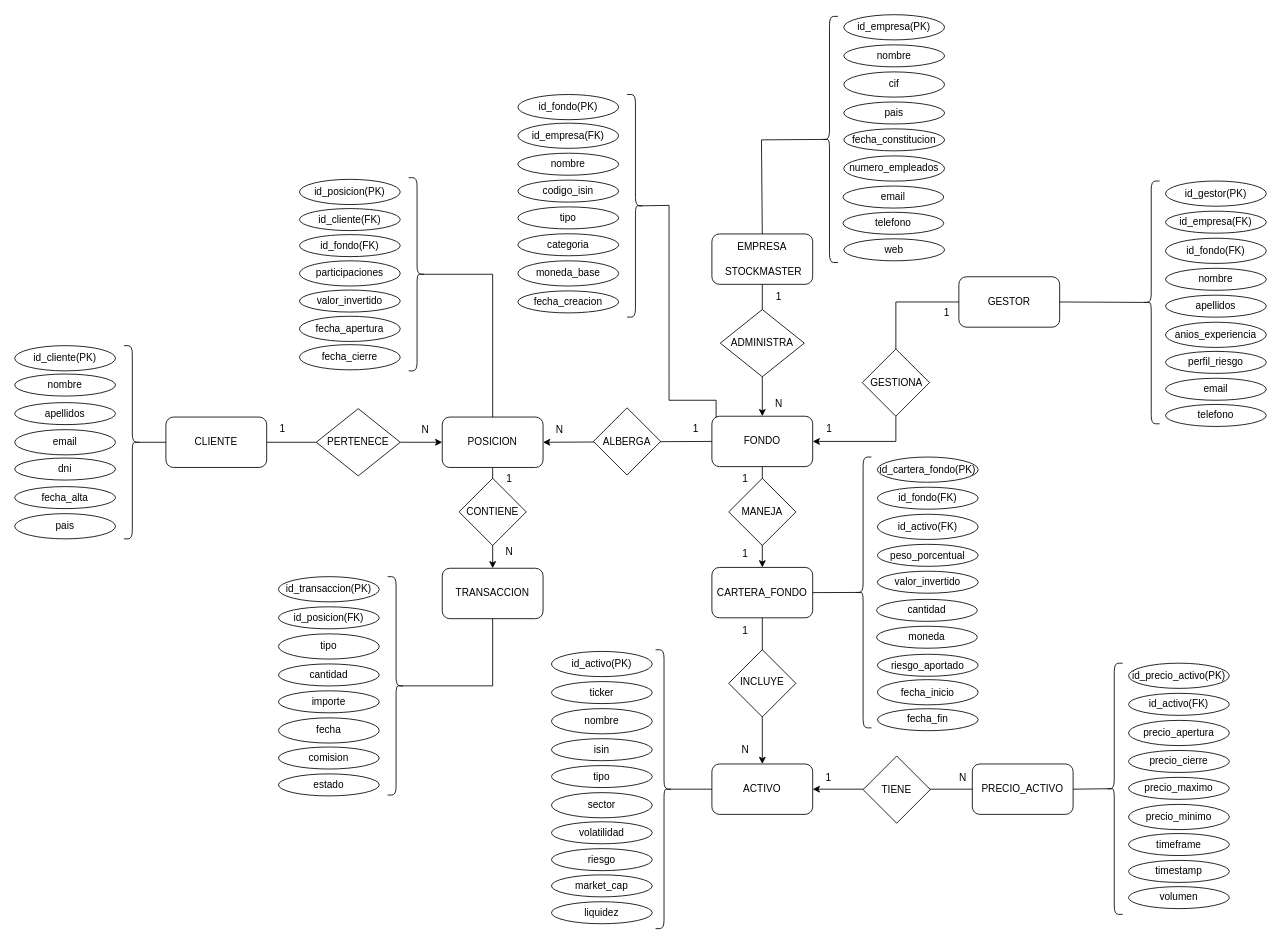
Dano913/StockMaster keeps this draw.io diagram as docs/diagramas/ER_StockMaster.drawio. Above is the earlier version. Source tidied: cells renumbered, new cells numbered last; positions are measured from the earlier drawing's top-left corner, leaving out a move shared by most shapes. Both pictures are drawn from the tidied source at 84%, with x=0, y=0 at pixel (14, 14).
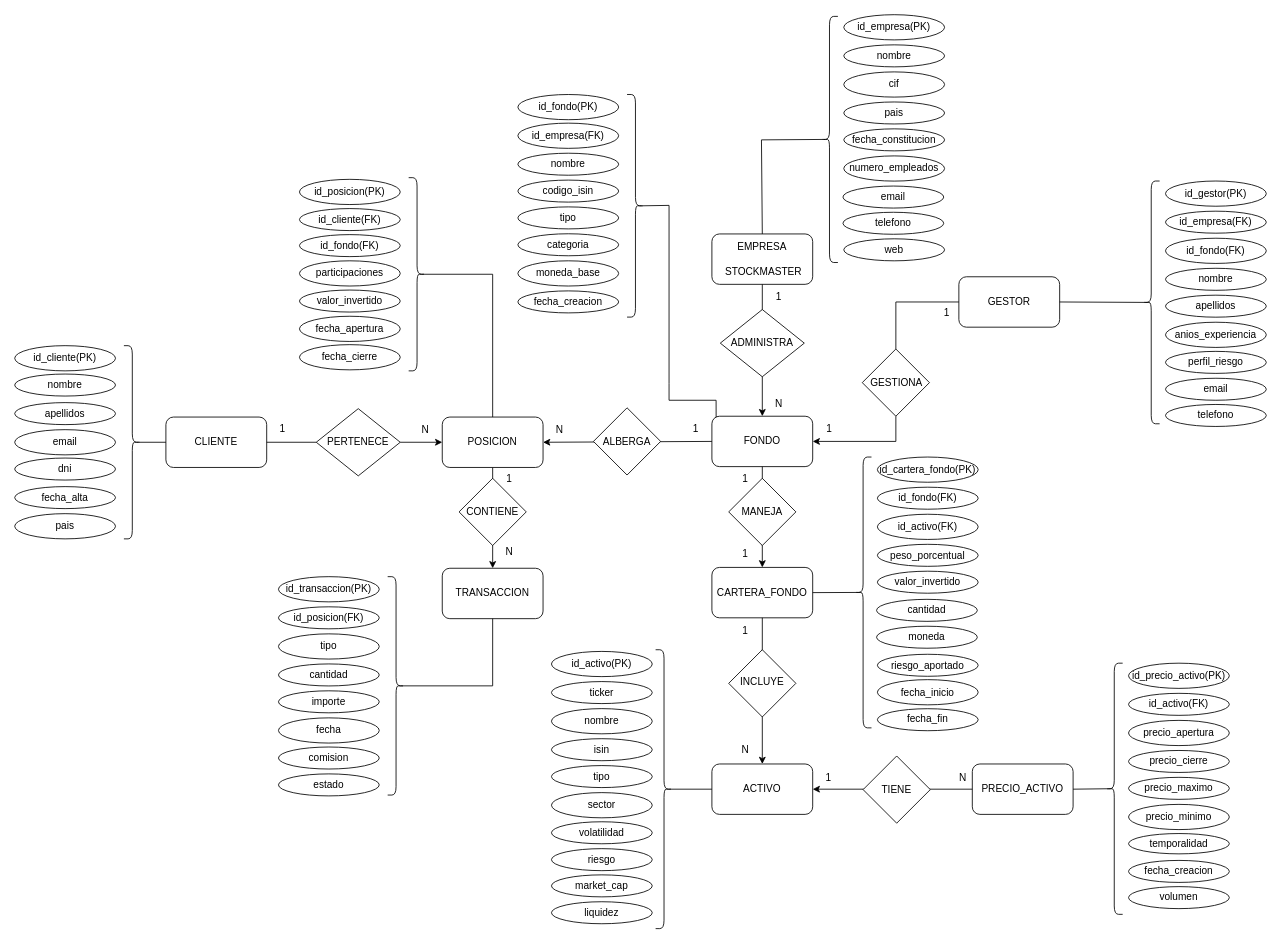
After the change.

Commit message (it also covers changes not shown here):
- Fin Diagrama Relacional + Actualizacion ER

Diff of the diagram source:
```diff
@@
-    <mxCell id="113" value="timeframe" style="ellipse;whiteSpace=wrap;html=1;strokeColor=light-dark(#000000,#FFFF00);" parent="1" vertex="1">
-      <mxGeometry x="1326" y="974.8" width="120" height="26.2" as="geometry" />
+    <mxCell id="113" value="temporalidad" style="ellipse;whiteSpace=wrap;html=1;strokeColor=light-dark(#000000,#FFFF00);" parent="1" vertex="1">
+      <mxGeometry x="1326" y="974.8" width="120" height="24.2" as="geometry" />
     </mxCell>
@@
-    <mxCell id="119" value="timestamp" style="ellipse;whiteSpace=wrap;html=1;strokeColor=light-dark(#000000,#FFFF00);" parent="1" vertex="1">
+    <mxCell id="119" value="fecha_creacion" style="ellipse;whiteSpace=wrap;html=1;strokeColor=light-dark(#000000,#FFFF00);" parent="1" vertex="1">
       <mxGeometry x="1326" y="1006.8" width="120" height="26.2" as="geometry" />
     </mxCell>
```
